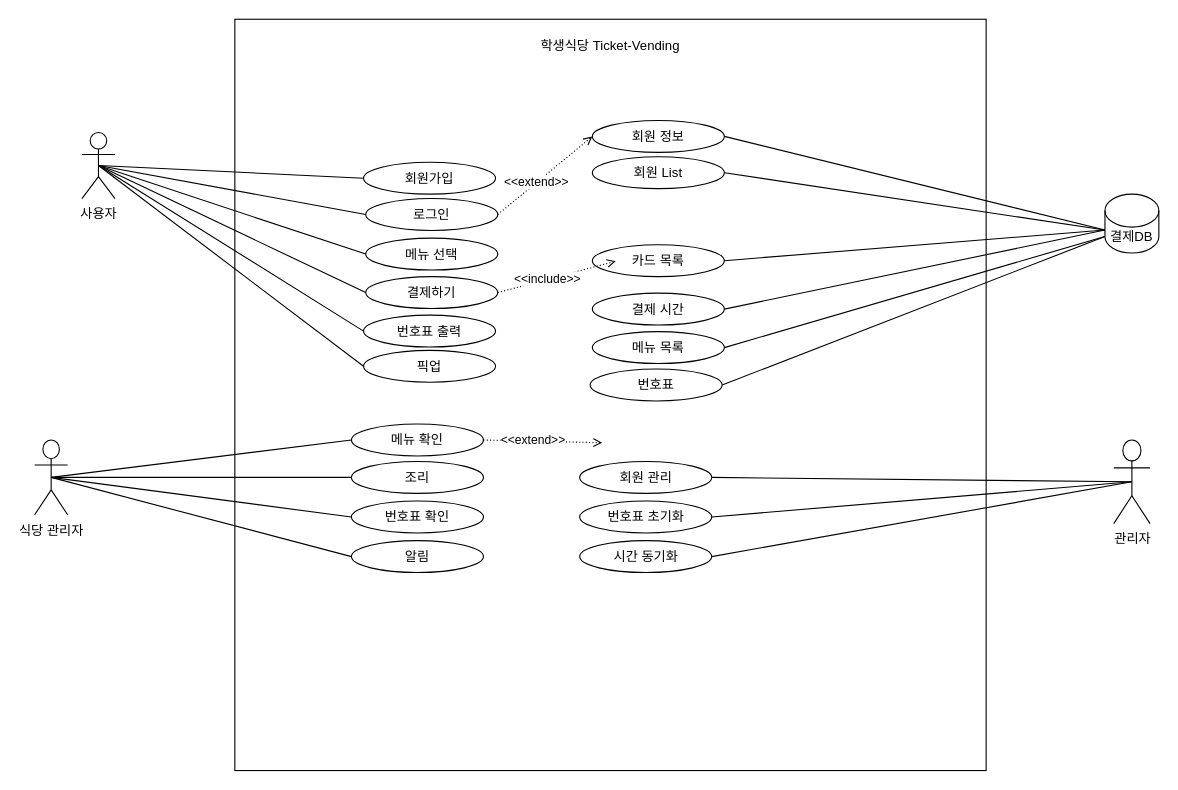
Earlier version of the draw.io diagram Student-cafeteria.drawio (four-idiots-team/student-cafteria-ticket-vending). Source tidied: cells renumbered, new cells numbered last; positions are measured from the earlier drawing's top-left corner, leaving out a move shared by most shapes. Both pictures are drawn from the tidied source at 110%, with x=0, y=0 at pixel (34, 19).
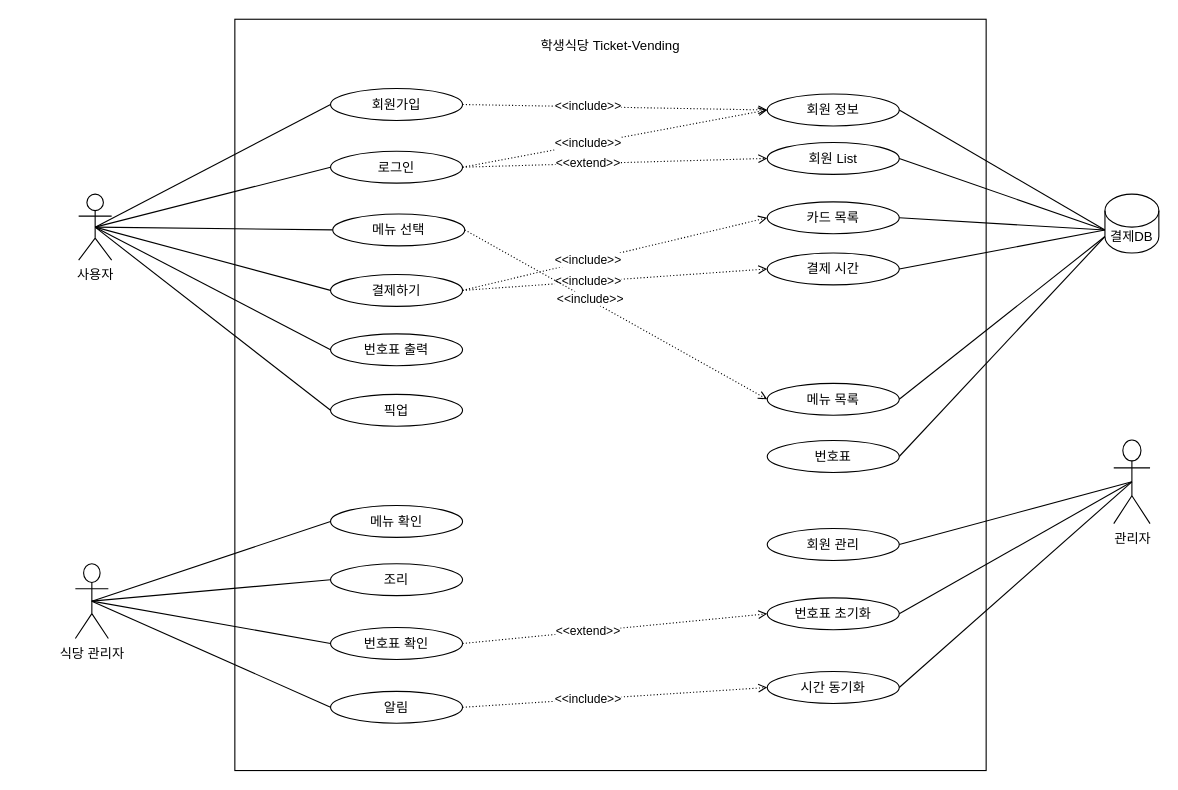
After the change.

Unchanged cells that the change refers to:
```xml
<mxCell id="3" style="whiteSpace=wrap;html=1;" parent="1" vertex="1">
  <mxGeometry x="182" width="683" height="683" as="geometry" />
</mxCell>
<mxCell id="48" style="endArrow=open;html=1;rounded=0;dashed=1;dashPattern=1 2;endFill=0;exitX=1;exitY=0.5;exitDx=0;exitDy=0;entryX=0;entryY=0.5;entryDx=0;entryDy=0;" parent="1" edge="1" source="4" target="20">
  <mxGeometry relative="1" as="geometry" />
</mxCell>
```

Diff of the diagram source:
```diff
@@
     <mxCell id="2" value="사용자" style="shape=umlActor;verticalLabelPosition=bottom;verticalAlign=top;html=1;outlineConnect=0;" parent="1" vertex="1">
-      <mxGeometry x="43" y="103" width="30" height="60" as="geometry" />
+      <mxGeometry x="40" y="159" width="30" height="60" as="geometry" />
     </mxCell>
@@
     <mxCell id="4" value="로그인" style="ellipse;whiteSpace=wrap;html=1;" parent="1" vertex="1">
-      <mxGeometry x="301" y="163" width="120" height="29" as="geometry" />
+      <mxGeometry x="269" y="120" width="120" height="29" as="geometry" />
     </mxCell>
@@
     <mxCell id="6" value="식당 관리자" style="shape=umlActor;verticalLabelPosition=bottom;verticalAlign=top;html=1;outlineConnect=0;" parent="1" vertex="1">
-      <mxGeometry y="382.5" width="30" height="68" as="geometry" />
+      <mxGeometry x="37" y="495" width="30" height="68" as="geometry" />
     </mxCell>
@@
     <mxCell id="8" value="메뉴 선택" style="ellipse;whiteSpace=wrap;html=1;" parent="1" vertex="1">
-      <mxGeometry x="301" y="199" width="120" height="29" as="geometry" />
+      <mxGeometry x="271" y="177" width="120" height="29" as="geometry" />
     </mxCell>
     <mxCell id="9" value="결제하기" style="ellipse;whiteSpace=wrap;html=1;" parent="1" vertex="1">
-      <mxGeometry x="301" y="234" width="120" height="29" as="geometry" />
+      <mxGeometry x="269" y="232" width="120" height="29" as="geometry" />
     </mxCell>
     <mxCell id="10" value="회원가입" style="ellipse;whiteSpace=wrap;html=1;" parent="1" vertex="1">
-      <mxGeometry x="299" y="130" width="120" height="29" as="geometry" />
+      <mxGeometry x="269" y="63" width="120" height="29" as="geometry" />
     </mxCell>
     <mxCell id="11" value="조리" style="ellipse;whiteSpace=wrap;html=1;" parent="1" vertex="1">
-      <mxGeometry x="288" y="402" width="120" height="29" as="geometry" />
+      <mxGeometry x="269" y="495" width="120" height="29" as="geometry" />
     </mxCell>
     <mxCell id="12" value="번호표 확인" style="ellipse;whiteSpace=wrap;html=1;" parent="1" vertex="1">
-      <mxGeometry x="288" y="438" width="120" height="29" as="geometry" />
+      <mxGeometry x="269" y="553" width="120" height="29" as="geometry" />
     </mxCell>
     <mxCell id="13" value="메뉴 확인" style="ellipse;whiteSpace=wrap;html=1;" parent="1" vertex="1">
-      <mxGeometry x="288" y="368" width="120" height="29" as="geometry" />
+      <mxGeometry x="269" y="442" width="120" height="29" as="geometry" />
     </mxCell>
     <mxCell id="14" value="알림" style="ellipse;whiteSpace=wrap;html=1;" parent="1" vertex="1">
-      <mxGeometry x="288" y="474" width="120" height="29" as="geometry" />
+      <mxGeometry x="269" y="611" width="120" height="29" as="geometry" />
     </mxCell>
     <mxCell id="15" value="번호표 출력" style="ellipse;whiteSpace=wrap;html=1;" parent="1" vertex="1">
-      <mxGeometry x="299" y="269" width="120" height="29" as="geometry" />
+      <mxGeometry x="269" y="286" width="120" height="29" as="geometry" />
     </mxCell>
     <mxCell id="16" value="픽업" style="ellipse;whiteSpace=wrap;html=1;" parent="1" vertex="1">
-      <mxGeometry x="299" y="301" width="120" height="29" as="geometry" />
+      <mxGeometry x="269" y="341" width="120" height="29" as="geometry" />
     </mxCell>
     <mxCell id="17" value="시간 동기화" style="ellipse;whiteSpace=wrap;html=1;" parent="1" vertex="1">
-      <mxGeometry x="495.5" y="474" width="120" height="29" as="geometry" />
+      <mxGeometry x="666" y="593" width="120" height="29" as="geometry" />
     </mxCell>
     <mxCell id="18" value="번호표 초기화" style="ellipse;whiteSpace=wrap;html=1;" parent="1" vertex="1">
-      <mxGeometry x="495.5" y="438" width="120" height="29" as="geometry" />
+      <mxGeometry x="666" y="526" width="120" height="29" as="geometry" />
     </mxCell>
     <mxCell id="19" value="회원 관리" style="ellipse;whiteSpace=wrap;html=1;" parent="1" vertex="1">
-      <mxGeometry x="495.5" y="402" width="120" height="29" as="geometry" />
+      <mxGeometry x="666" y="463" width="120" height="29" as="geometry" />
     </mxCell>
     <mxCell id="20" value="회원 정보" style="ellipse;whiteSpace=wrap;html=1;" parent="1" vertex="1">
-      <mxGeometry x="507" y="92" width="120" height="29" as="geometry" />
+      <mxGeometry x="666" y="68" width="120" height="29" as="geometry" />
     </mxCell>
     <mxCell id="21" value="번호표" style="ellipse;whiteSpace=wrap;html=1;" parent="1" vertex="1">
-      <mxGeometry x="505" y="318" width="120" height="29" as="geometry" />
+      <mxGeometry x="666" y="383" width="120" height="29" as="geometry" />
     </mxCell>
     <mxCell id="22" value="결제 시간" style="ellipse;whiteSpace=wrap;html=1;" parent="1" vertex="1">
-      <mxGeometry x="507" y="249" width="120" height="29" as="geometry" />
+      <mxGeometry x="666" y="212.5" width="120" height="29" as="geometry" />
     </mxCell>
     <mxCell id="23" value="메뉴 목록" style="ellipse;whiteSpace=wrap;html=1;" parent="1" vertex="1">
-      <mxGeometry x="507" y="284" width="120" height="29" as="geometry" />
+      <mxGeometry x="666" y="331" width="120" height="29" as="geometry" />
     </mxCell>
     <mxCell id="24" value="카드 목록" style="ellipse;whiteSpace=wrap;html=1;" parent="1" vertex="1">
-      <mxGeometry x="507" y="205" width="120" height="29" as="geometry" />
+      <mxGeometry x="666" y="166" width="120" height="29" as="geometry" />
     </mxCell>
     <mxCell id="25" value="회원 List" style="ellipse;whiteSpace=wrap;html=1;" parent="1" vertex="1">
-      <mxGeometry x="507" y="125" width="120" height="29" as="geometry" />
+      <mxGeometry x="666" y="112" width="120" height="29" as="geometry" />
     </mxCell>
@@
-    <mxCell id="44" style="endArrow=open;html=1;rounded=0;dashed=1;dashPattern=1 2;endFill=0;exitX=1;exitY=0.5;exitDx=0;exitDy=0;" parent="1" edge="1">
-      <mxGeometry relative="1" as="geometry">
-        <mxPoint x="408" y="382.5" as="sourcePoint" />
-        <mxPoint x="516" y="385" as="targetPoint" />
-      </mxGeometry>
+    <mxCell id="44" style="endArrow=open;html=1;rounded=0;dashed=1;dashPattern=1 2;endFill=0;exitX=1;exitY=0.5;exitDx=0;exitDy=0;entryX=0;entryY=0.5;entryDx=0;entryDy=0;" parent="1" edge="1" source="12" target="18">
+      <mxGeometry relative="1" as="geometry" />
     </mxCell>
@@
-    <mxCell id="46" style="endArrow=open;html=1;rounded=0;dashed=1;dashPattern=1 2;endFill=0;exitX=1;exitY=0.5;exitDx=0;exitDy=0;entryX=0.507;entryY=0.322;entryDx=0;entryDy=0;entryPerimeter=0;" parent="1" edge="1" source="9" target="3">
+    <mxCell id="46" style="endArrow=open;html=1;rounded=0;dashed=1;dashPattern=1 2;endFill=0;exitX=1;exitY=0.5;exitDx=0;exitDy=0;entryX=0;entryY=0.5;entryDx=0;entryDy=0;" parent="1" edge="1" source="9" target="24">
       <mxGeometry relative="1" as="geometry" />
     </mxCell>
@@
-    <mxCell id="49" value="&amp;lt;&amp;lt;extend&amp;gt;&amp;gt;" style="edgeLabel;html=1;align=center;verticalAlign=middle;" parent="48" vertex="1">
+    <mxCell id="49" value="&amp;lt;&amp;lt;include&amp;gt;&amp;gt;" style="edgeLabel;html=1;align=center;verticalAlign=middle;" parent="48" vertex="1">
       <mxGeometry x="-0.18" y="1" relative="1" as="geometry" />
     </mxCell>
@@
+    <mxCell id="53" style="endArrow=open;html=1;rounded=0;dashed=1;dashPattern=1 2;endFill=0;exitX=1;exitY=0.5;exitDx=0;exitDy=0;entryX=0;entryY=0.5;entryDx=0;entryDy=0;" parent="1" edge="1" source="10" target="20">
+      <mxGeometry relative="1" as="geometry" />
+    </mxCell>
+    <mxCell id="54" value="&amp;lt;&amp;lt;include&amp;gt;&amp;gt;" style="edgeLabel;html=1;align=center;verticalAlign=middle;" parent="53" vertex="1">
+      <mxGeometry x="-0.18" y="1" relative="1" as="geometry" />
+    </mxCell>
+    <mxCell id="55" style="endArrow=open;html=1;rounded=0;dashed=1;dashPattern=1 2;endFill=0;exitX=1;exitY=0.5;exitDx=0;exitDy=0;entryX=0;entryY=0.5;entryDx=0;entryDy=0;" parent="1" edge="1" source="4" target="25">
+      <mxGeometry relative="1" as="geometry" />
+    </mxCell>
+    <mxCell id="56" value="&amp;lt;&amp;lt;extend&amp;gt;&amp;gt;" style="edgeLabel;html=1;align=center;verticalAlign=middle;" parent="55" vertex="1">
+      <mxGeometry x="-0.18" y="1" relative="1" as="geometry" />
+    </mxCell>
+    <mxCell id="57" style="endArrow=open;html=1;rounded=0;dashed=1;dashPattern=1 2;endFill=0;exitX=1;exitY=0.5;exitDx=0;exitDy=0;entryX=0;entryY=0.5;entryDx=0;entryDy=0;" parent="1" edge="1" source="9" target="22">
+      <mxGeometry relative="1" as="geometry" />
+    </mxCell>
+    <mxCell id="58" value="&amp;lt;&amp;lt;include&amp;gt;&amp;gt;" style="edgeLabel;html=1;align=center;verticalAlign=middle;" parent="57" vertex="1">
+      <mxGeometry x="-0.18" y="1" relative="1" as="geometry" />
+    </mxCell>
+    <mxCell id="59" style="endArrow=open;html=1;rounded=0;dashed=1;dashPattern=1 2;endFill=0;exitX=1;exitY=0.5;exitDx=0;exitDy=0;entryX=0;entryY=0.5;entryDx=0;entryDy=0;" parent="1" edge="1" source="14" target="17">
+      <mxGeometry relative="1" as="geometry" />
+    </mxCell>
+    <mxCell id="60" value="&amp;lt;&amp;lt;include&amp;gt;&amp;gt;" style="edgeLabel;html=1;align=center;verticalAlign=middle;" parent="59" vertex="1">
+      <mxGeometry x="-0.18" y="1" relative="1" as="geometry" />
+    </mxCell>
+    <mxCell id="61" style="endArrow=open;html=1;rounded=0;dashed=1;dashPattern=1 2;endFill=0;exitX=1;exitY=0.5;exitDx=0;exitDy=0;entryX=0;entryY=0.5;entryDx=0;entryDy=0;" parent="1" edge="1" source="8" target="23">
+      <mxGeometry relative="1" as="geometry" />
+    </mxCell>
+    <mxCell id="62" value="&amp;lt;&amp;lt;include&amp;gt;&amp;gt;" style="edgeLabel;html=1;align=center;verticalAlign=middle;" parent="61" vertex="1">
+      <mxGeometry x="-0.18" y="1" relative="1" as="geometry" />
+    </mxCell>
```
